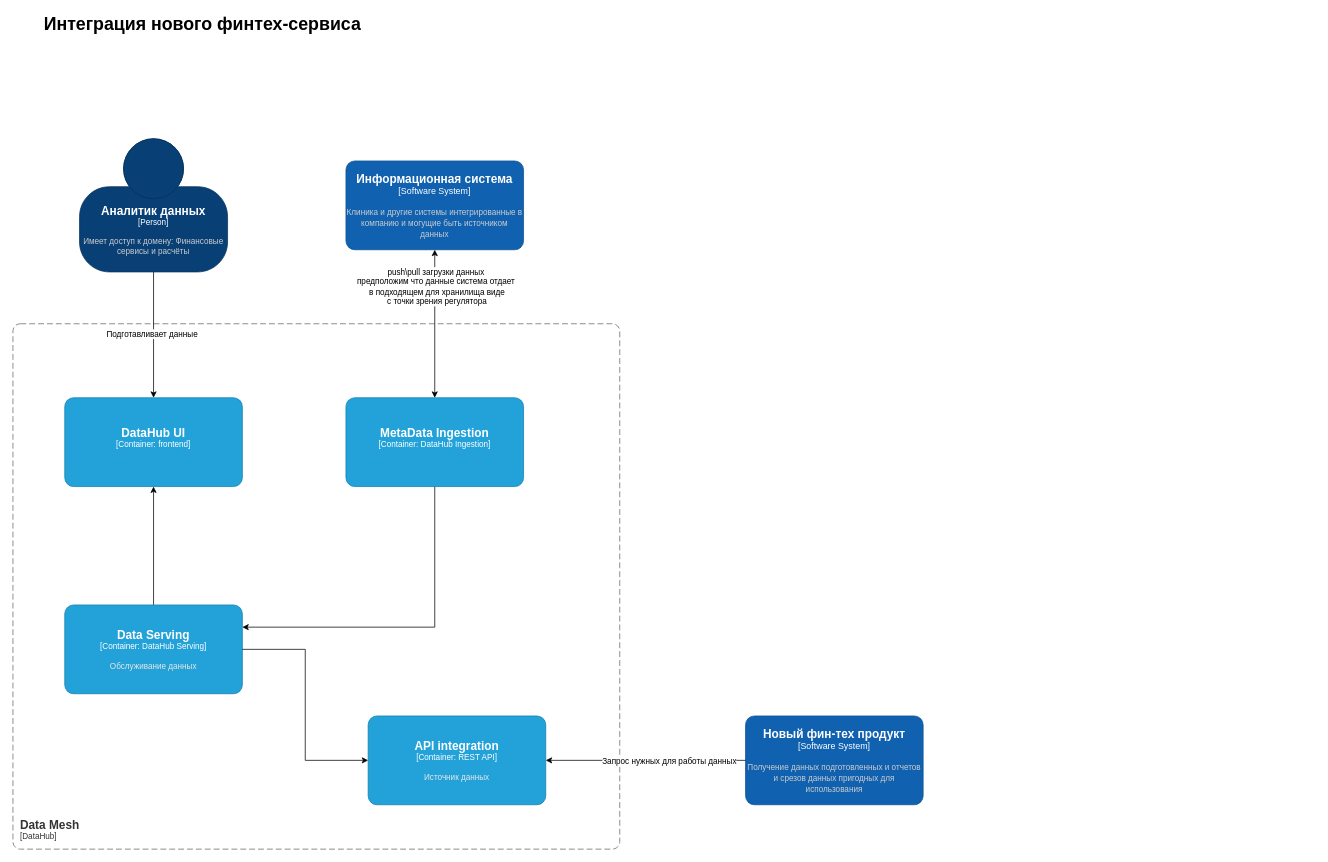
bezdelnique/architecture-future_2_0 keeps this draw.io diagram as task2/dfd-fin-tech.drawio. Above is the earlier version. Source tidied: cells renumbered, new cells numbered last; positions are measured from the earlier drawing's top-left corner, leaving out a move shared by most shapes. Both pictures are drawn from the tidied source at 74%, with x=0, y=0 at pixel (13, 13).
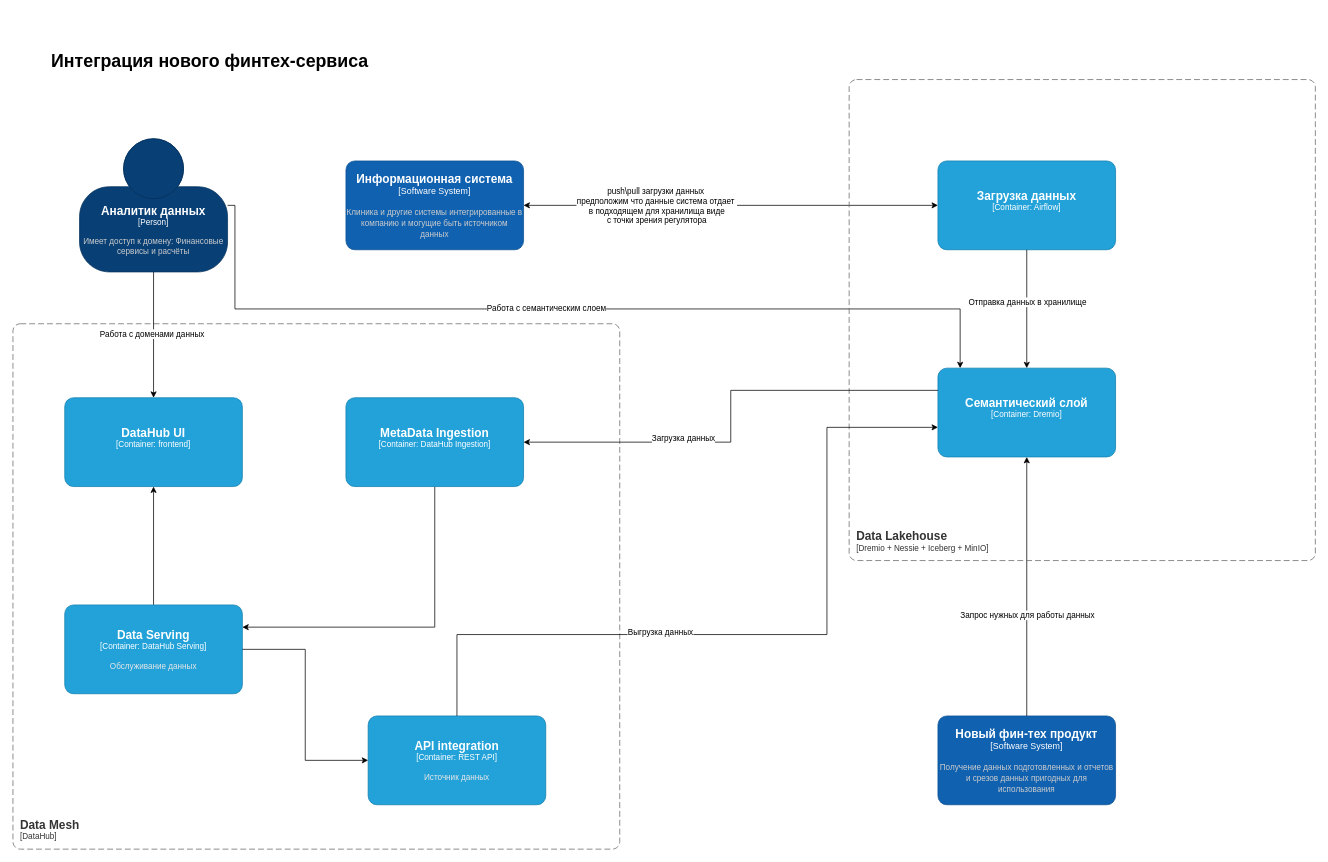
Above is the later version.

Unchanged cells that the change refers to:
```xml
<object id="6" label="&lt;font style=&quot;font-size: 16px&quot;&gt;&lt;b&gt;%c4Name%&lt;/b&gt;&lt;/font&gt;&lt;div&gt;[%c4Type%: %c4Technology%]&lt;/div&gt;&lt;br&gt;&lt;div&gt;&lt;font style=&quot;font-size: 11px&quot;&gt;&lt;font color=&quot;#E6E6E6&quot;&gt;%c4Description%&lt;/font&gt;&lt;/div&gt;" c4Description="" c4Name="MetaData Ingestion" c4Technology="DataHub Ingestion" c4Type="Container" placeholders="1">
  <mxCell style="rounded=1;whiteSpace=wrap;html=1;fontSize=11;labelBackgroundColor=none;fillColor=#23A2D9;fontColor=#ffffff;align=center;arcSize=10;strokeColor=#0E7DAD;points=[[0.25,0,0],[0.5,0,0],[0.75,0,0],[1,0.25,0],[1,0.5,0],[1,0.75,0],[0.75,1,0],[0.5,1,0],[0.25,1,0],[0,0.75,0],[0,0.5,0],[0,0.25,0]];" parent="1" vertex="1">
    <mxGeometry x="450" y="520" width="240" height="120" as="geometry" />
  </mxCell>
</object>
<object id="7" label="&lt;font style=&quot;font-size: 16px&quot;&gt;&lt;b&gt;%c4Name%&lt;/b&gt;&lt;/font&gt;&lt;div&gt;[%c4Type%: %c4Technology%]&lt;/div&gt;&lt;br&gt;&lt;div&gt;&lt;font style=&quot;font-size: 11px&quot;&gt;&lt;font color=&quot;#E6E6E6&quot;&gt;%c4Description%&lt;/font&gt;&lt;/div&gt;" c4Description="Источник данных" c4Name="API integration" c4Technology="REST API" c4Type="Container" placeholders="1">
  <mxCell style="rounded=1;whiteSpace=wrap;html=1;fontSize=11;labelBackgroundColor=none;fillColor=#23A2D9;fontColor=#ffffff;align=center;arcSize=10;strokeColor=#0E7DAD;points=[[0.25,0,0],[0.5,0,0],[0.75,0,0],[1,0.25,0],[1,0.5,0],[1,0.75,0],[0.75,1,0],[0.5,1,0],[0.25,1,0],[0,0.75,0],[0,0.5,0],[0,0.25,0]];" parent="1" vertex="1">
    <mxGeometry x="480" y="950" width="240" height="120" as="geometry" />
  </mxCell>
</object>
<mxCell id="11" style="edgeStyle=orthogonalEdgeStyle;rounded=0;jettySize=auto;html=1;" parent="1" edge="1" source="13" target="3">
  <mxGeometry relative="1" as="geometry" />
</mxCell>
<object id="13" label="&lt;font style=&quot;font-size: 16px&quot;&gt;&lt;b&gt;%c4Name%&lt;/b&gt;&lt;/font&gt;&lt;div&gt;[%c4Type%]&lt;/div&gt;&lt;br&gt;&lt;div&gt;&lt;font style=&quot;font-size: 11px&quot;&gt;&lt;font color=&quot;#cccccc&quot;&gt;%c4Description%&lt;/font&gt;&lt;/div&gt;" c4Description="Имеет доступ к домену: Финансовые сервисы и расчёты" c4Name="Аналитик данных" c4Type="Person" placeholders="1">
  <mxCell style="html=1;fontSize=11;dashed=0;whiteSpace=wrap;fillColor=#083F75;strokeColor=#06315C;fontColor=#ffffff;shape=mxgraph.c4.person2;align=center;points=[[0.5,0,0],[1,0.5,0],[1,0.75,0],[0.75,1,0],[0.5,1,0],[0.25,1,0],[0,0.75,0],[0,0.5,0]];" parent="1" vertex="1">
    <mxGeometry x="90" y="170" width="200" height="180" as="geometry" />
  </mxCell>
</object>
<object id="14" label="&lt;font style=&quot;font-size: 16px&quot;&gt;&lt;b&gt;%c4Name%&lt;/b&gt;&lt;/font&gt;&lt;div&gt;[%c4Type%]&lt;/div&gt;&lt;br&gt;&lt;div&gt;&lt;font style=&quot;font-size: 11px&quot;&gt;&lt;font color=&quot;#cccccc&quot;&gt;%c4Description%&lt;/font&gt;&lt;/div&gt;" c4Description="Клиника и другие системы интегрированные в компанию и могущие быть источником данных" c4Name="Информационная система" c4Type="Software System" placeholders="1">
  <mxCell style="rounded=1;whiteSpace=wrap;html=1;labelBackgroundColor=none;fillColor=#1061B0;fontColor=#ffffff;align=center;arcSize=10;strokeColor=#0D5091;points=[[0.25,0,0],[0.5,0,0],[0.75,0,0],[1,0.25,0],[1,0.5,0],[1,0.75,0],[0.75,1,0],[0.5,1,0],[0.25,1,0],[0,0.75,0],[0,0.5,0],[0,0.25,0]];" parent="1" vertex="1">
    <mxGeometry x="450" y="200" width="240" height="120" as="geometry" />
  </mxCell>
</object>
```

What changed in the source:
```diff
@@
     <mxCell id="2" value="Интеграция нового финтех-сервиса" style="text;html=1;whiteSpace=wrap;strokeColor=none;fillColor=none;align=left;verticalAlign=middle;rounded=0;fontSize=24;fontStyle=1;" parent="1" vertex="1">
-      <mxGeometry x="40" width="525" height="30" as="geometry" />
+      <mxGeometry x="50" y="50" width="525" height="30" as="geometry" />
     </mxCell>
@@
-    <mxCell id="12" value="Подготавливает данные" style="edgeLabel;html=1;align=center;verticalAlign=middle;" parent="11" vertex="1">
+    <mxCell id="12" value="Работа с доменами данных" style="edgeLabel;html=1;align=center;verticalAlign=middle;" parent="11" vertex="1">
       <mxGeometry x="-0.01" y="-2" relative="1" as="geometry">
         <mxPoint x="-1" y="-1" as="offset" />
       </mxGeometry>
     </mxCell>
+    <mxCell id="20" style="edgeStyle=orthogonalEdgeStyle;rounded=0;jettySize=auto;html=1;" parent="1" edge="1" source="13" target="23">
+      <mxGeometry relative="1" as="geometry">
+        <Array as="points">
+          <mxPoint x="300" y="260" />
+          <mxPoint x="300" y="400" />
+          <mxPoint x="1280" y="400" />
+        </Array>
+      </mxGeometry>
+    </mxCell>
+    <mxCell id="21" value="Работа с семантическим слоем" style="edgeLabel;html=1;align=center;verticalAlign=middle;" parent="20" vertex="1">
+      <mxGeometry x="-0.06" y="2" relative="1" as="geometry">
+        <mxPoint x="1" as="offset" />
+      </mxGeometry>
+    </mxCell>
@@
-    <mxCell id="15" style="edgeStyle=orthogonalEdgeStyle;rounded=0;jettySize=auto;html=1;entryX=0.5;entryY=0;entryDx=0;entryDy=0;entryPerimeter=0;startArrow=classic;startFill=1;" parent="1" edge="1" source="14" target="6">
+    <mxCell id="15" style="edgeStyle=orthogonalEdgeStyle;rounded=0;jettySize=auto;html=1;startArrow=classic;startFill=1;" parent="1" edge="1" source="14" target="24">
       <mxGeometry relative="1" as="geometry" />
     </mxCell>
     <mxCell id="16" value="push\pull загрузки данных&amp;nbsp;&lt;br&gt;предположим что данные система отдает&amp;nbsp;&lt;div&gt;в подходящем для хранилища виде&lt;br&gt;с точки зрения регулятора&lt;/div&gt;" style="edgeLabel;html=1;align=center;verticalAlign=middle;" parent="15" vertex="1">
-      <mxGeometry x="-0.51" y="2" relative="1" as="geometry" />
+      <mxGeometry x="-0.51" y="2" relative="1" as="geometry">
+        <mxPoint x="42" y="2" as="offset" />
+      </mxGeometry>
     </mxCell>
     <object id="17" label="&lt;font style=&quot;font-size: 16px&quot;&gt;&lt;b&gt;%c4Name%&lt;/b&gt;&lt;/font&gt;&lt;div&gt;[%c4Type%]&lt;/div&gt;&lt;br&gt;&lt;div&gt;&lt;font style=&quot;font-size: 11px&quot;&gt;&lt;font color=&quot;#cccccc&quot;&gt;%c4Description%&lt;/font&gt;&lt;/div&gt;" c4Description="Получение данных подготовленных и отчетов и срезов данных пригодных для использования" c4Name="Новый фин-тех продукт" c4Type="Software System" placeholders="1">
       <mxCell style="rounded=1;whiteSpace=wrap;html=1;labelBackgroundColor=none;fillColor=#1061B0;fontColor=#ffffff;align=center;arcSize=10;strokeColor=#0D5091;points=[[0.25,0,0],[0.5,0,0],[0.75,0,0],[1,0.25,0],[1,0.5,0],[1,0.75,0],[0.75,1,0],[0.5,1,0],[0.25,1,0],[0,0.75,0],[0,0.5,0],[0,0.25,0]];" parent="1" vertex="1">
-        <mxGeometry x="990" y="950" width="240" height="120" as="geometry" />
+        <mxGeometry x="1250" y="950" width="240" height="120" as="geometry" />
       </mxCell>
     </object>
-    <mxCell id="18" style="edgeStyle=orthogonalEdgeStyle;rounded=0;jettySize=auto;html=1;entryX=1;entryY=0.5;entryDx=0;entryDy=0;entryPerimeter=0;" parent="1" edge="1" source="17" target="7">
+    <mxCell id="18" style="edgeStyle=orthogonalEdgeStyle;rounded=0;jettySize=auto;html=1;" parent="1" edge="1" source="17" target="23">
       <mxGeometry relative="1" as="geometry" />
     </mxCell>
@@
+    <object id="22" label="&lt;font style=&quot;font-size: 16px&quot;&gt;&lt;b&gt;&lt;div style=&quot;text-align: left&quot;&gt;%c4Name%&lt;/div&gt;&lt;/b&gt;&lt;/font&gt;&lt;div style=&quot;text-align: left&quot;&gt;[%c4Application%]&lt;/div&gt;" c4Application="Dremio + Nessie + Iceberg + MinIO" c4Name="Data Lakehouse" placeholders="1">
+      <mxCell style="rounded=1;fontSize=11;whiteSpace=wrap;html=1;dashed=1;arcSize=20;fillColor=none;strokeColor=#666666;fontColor=#333333;labelBackgroundColor=none;align=left;verticalAlign=bottom;labelBorderColor=none;spacingTop=0;spacing=10;dashPattern=8 4;perimeter=rectanglePerimeter;noLabel=0;labelPadding=0;absoluteArcSize=1;" parent="1" vertex="1">
+        <mxGeometry x="1130" y="90" width="630" height="650" as="geometry" />
+      </mxCell>
+    </object>
+    <object id="23" label="&lt;font style=&quot;font-size: 16px&quot;&gt;&lt;b&gt;%c4Name%&lt;/b&gt;&lt;/font&gt;&lt;div&gt;[%c4Type%: %c4Technology%]&lt;/div&gt;&lt;br&gt;&lt;div&gt;&lt;font style=&quot;font-size: 11px&quot;&gt;&lt;font color=&quot;#E6E6E6&quot;&gt;%c4Description%&lt;/font&gt;&lt;/div&gt;" c4Description="" c4Name="Семантический слой" c4Technology="Dremio" c4Type="Container" placeholders="1">
+      <mxCell style="rounded=1;whiteSpace=wrap;html=1;fontSize=11;labelBackgroundColor=none;fillColor=#23A2D9;fontColor=#ffffff;align=center;arcSize=10;strokeColor=#0E7DAD;points=[[0.25,0,0],[0.5,0,0],[0.75,0,0],[1,0.25,0],[1,0.5,0],[1,0.75,0],[0.75,1,0],[0.5,1,0],[0.25,1,0],[0,0.75,0],[0,0.5,0],[0,0.25,0]];" parent="1" vertex="1">
+        <mxGeometry x="1250" y="480" width="240" height="120" as="geometry" />
+      </mxCell>
+    </object>
+    <object id="24" label="&lt;font style=&quot;font-size: 16px&quot;&gt;&lt;b&gt;%c4Name%&lt;/b&gt;&lt;/font&gt;&lt;div&gt;[%c4Type%: %c4Technology%]&lt;/div&gt;&lt;br&gt;&lt;div&gt;&lt;font style=&quot;font-size: 11px&quot;&gt;&lt;font color=&quot;#E6E6E6&quot;&gt;%c4Description%&lt;/font&gt;&lt;/div&gt;" c4Description="" c4Name="Загрузка данных" c4Technology="Airflow" c4Type="Container" placeholders="1">
+      <mxCell style="rounded=1;whiteSpace=wrap;html=1;fontSize=11;labelBackgroundColor=none;fillColor=#23A2D9;fontColor=#ffffff;align=center;arcSize=10;strokeColor=#0E7DAD;points=[[0.25,0,0],[0.5,0,0],[0.75,0,0],[1,0.25,0],[1,0.5,0],[1,0.75,0],[0.75,1,0],[0.5,1,0],[0.25,1,0],[0,0.75,0],[0,0.5,0],[0,0.25,0]];" parent="1" vertex="1">
+        <mxGeometry x="1250" y="200" width="240" height="120" as="geometry" />
+      </mxCell>
+    </object>
+    <mxCell id="25" style="edgeStyle=orthogonalEdgeStyle;rounded=0;jettySize=auto;html=1;" parent="1" edge="1" source="24" target="23">
+      <mxGeometry relative="1" as="geometry" />
+    </mxCell>
+    <mxCell id="26" value="Отправка данных в хранилище" style="edgeLabel;html=1;align=center;verticalAlign=middle;" parent="25" vertex="1">
+      <mxGeometry x="-0.43" y="-3" relative="1" as="geometry">
+        <mxPoint x="3" y="24" as="offset" />
+      </mxGeometry>
+    </mxCell>
+    <mxCell id="27" style="edgeStyle=orthogonalEdgeStyle;rounded=0;jettySize=auto;html=1;startArrow=classic;startFill=1;endArrow=none;endFill=0;" parent="1" edge="1" source="6" target="23">
+      <mxGeometry relative="1" as="geometry">
+        <Array as="points">
+          <mxPoint x="970" y="580" />
+          <mxPoint x="970" y="510" />
+        </Array>
+      </mxGeometry>
+    </mxCell>
+    <mxCell id="28" value="Загрузка данных" style="edgeLabel;html=1;align=center;verticalAlign=middle;" parent="27" vertex="1">
+      <mxGeometry x="-0.32" y="6" relative="1" as="geometry">
+        <mxPoint x="1" as="offset" />
+      </mxGeometry>
+    </mxCell>
+    <mxCell id="29" style="edgeStyle=orthogonalEdgeStyle;rounded=0;jettySize=auto;html=1;" parent="1" edge="1" source="7" target="23">
+      <mxGeometry relative="1" as="geometry">
+        <Array as="points">
+          <mxPoint x="600" y="840" />
+          <mxPoint x="1100" y="840" />
+          <mxPoint x="1100" y="560" />
+        </Array>
+      </mxGeometry>
+    </mxCell>
+    <mxCell id="30" value="Выгрузка данных" style="edgeLabel;html=1;align=center;verticalAlign=middle;" parent="29" vertex="1">
+      <mxGeometry x="-0.26" y="4" relative="1" as="geometry">
+        <mxPoint x="-1" as="offset" />
+      </mxGeometry>
+    </mxCell>
```
